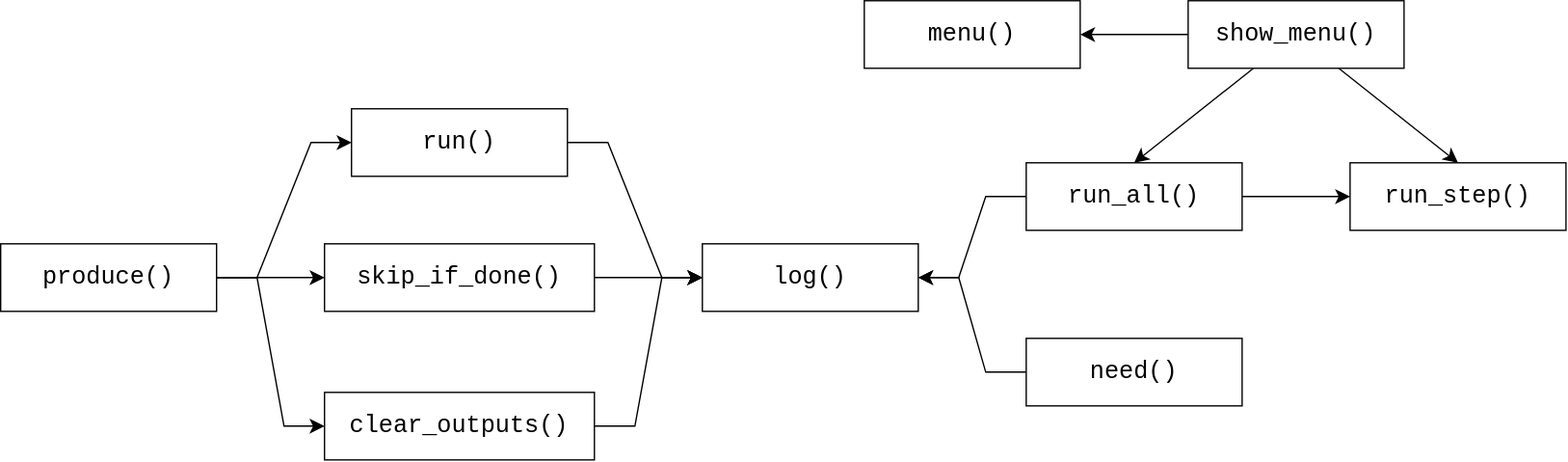
The draw.io diagram img/function_dependencies.svg in nguyuling/16S-Analysis, before a commit. Source tidied: cells renumbered, new cells last; positions are measured from the earlier drawing's top-left corner, leaving out a move shared by most shapes. Its diagram source:
```xml
<mxGraphModel>
  <root>
    <mxCell id="0" />
    <mxCell id="1" parent="0" />
    <mxCell id="2" value="&lt;font style=&quot;font-size: 18px;&quot; face=&quot;Courier New&quot;&gt;log()&lt;/font&gt;" style="rounded=0;whiteSpace=wrap;html=1;" parent="1" vertex="1">
      <mxGeometry x="520" y="180" width="160" height="50" as="geometry" />
    </mxCell>
    <mxCell id="3" style="edgeStyle=entityRelationEdgeStyle;rounded=0;jettySize=auto;html=1;entryX=0;entryY=0.5;entryDx=0;entryDy=0;fontSize=12;defaultLabelBackgroundColor=page;startSize=8;endSize=8;" parent="1" edge="1" source="4" target="2">
      <mxGeometry relative="1" as="geometry" />
    </mxCell>
    <mxCell id="4" value="&lt;font style=&quot;font-size: 18px;&quot; face=&quot;Courier New&quot;&gt;run()&lt;/font&gt;" style="rounded=0;whiteSpace=wrap;html=1;" parent="1" vertex="1">
      <mxGeometry x="260" y="80" width="160" height="50" as="geometry" />
    </mxCell>
    <mxCell id="5" style="edgeStyle=entityRelationEdgeStyle;rounded=0;jettySize=auto;html=1;entryX=1;entryY=0.5;entryDx=0;entryDy=0;fontSize=12;defaultLabelBackgroundColor=page;startSize=8;endSize=8;" parent="1" edge="1" source="6" target="2">
      <mxGeometry relative="1" as="geometry" />
    </mxCell>
    <mxCell id="6" value="&lt;font style=&quot;font-size: 18px;&quot; face=&quot;Courier New&quot;&gt;need()&lt;/font&gt;" style="rounded=0;whiteSpace=wrap;html=1;" parent="1" vertex="1">
      <mxGeometry x="760" y="250" width="160" height="50" as="geometry" />
    </mxCell>
    <mxCell id="7" value="&lt;font style=&quot;font-size: 18px;&quot; face=&quot;Courier New&quot;&gt;run_step()&lt;/font&gt;" style="rounded=0;whiteSpace=wrap;html=1;" parent="1" vertex="1">
      <mxGeometry x="1000" y="120" width="160" height="50" as="geometry" />
    </mxCell>
    <mxCell id="8" style="edgeStyle=entityRelationEdgeStyle;rounded=0;jettySize=auto;html=1;entryX=0;entryY=0.5;entryDx=0;entryDy=0;fontSize=12;defaultLabelBackgroundColor=page;startSize=8;endSize=8;" parent="1" edge="1" source="9" target="2">
      <mxGeometry relative="1" as="geometry" />
    </mxCell>
    <mxCell id="9" value="&lt;font style=&quot;font-size: 18px;&quot; face=&quot;Courier New&quot;&gt;clear_outputs()&lt;/font&gt;" style="rounded=0;whiteSpace=wrap;html=1;" parent="1" vertex="1">
      <mxGeometry x="240" y="290" width="200" height="50" as="geometry" />
    </mxCell>
    <mxCell id="10" style="edgeStyle=entityRelationEdgeStyle;rounded=0;jettySize=auto;html=1;entryX=0;entryY=0.5;entryDx=0;entryDy=0;fontSize=12;defaultLabelBackgroundColor=page;startSize=8;endSize=8;" parent="1" edge="1" source="11" target="2">
      <mxGeometry relative="1" as="geometry" />
    </mxCell>
    <mxCell id="11" value="&lt;font style=&quot;font-size: 18px;&quot; face=&quot;Courier New&quot;&gt;skip_if_done()&lt;/font&gt;" style="rounded=0;whiteSpace=wrap;html=1;" parent="1" vertex="1">
      <mxGeometry x="240" y="180" width="200" height="50" as="geometry" />
    </mxCell>
    <mxCell id="12" style="edgeStyle=none;curved=1;rounded=0;curveGeometry=1;jettySize=auto;html=1;entryX=1;entryY=0.5;entryDx=0;entryDy=0;fontSize=12;defaultLabelBackgroundColor=page;startSize=8;endSize=8;" parent="1" edge="1" source="15" target="16">
      <mxGeometry relative="1" as="geometry" />
    </mxCell>
    <mxCell id="13" style="edgeStyle=none;curved=1;rounded=0;curveGeometry=1;jettySize=auto;html=1;entryX=0.5;entryY=0;entryDx=0;entryDy=0;fontSize=12;defaultLabelBackgroundColor=page;startSize=8;endSize=8;" parent="1" edge="1" source="15" target="19">
      <mxGeometry relative="1" as="geometry" />
    </mxCell>
    <mxCell id="14" style="edgeStyle=none;curved=1;rounded=0;curveGeometry=1;jettySize=auto;html=1;entryX=0.5;entryY=0;entryDx=0;entryDy=0;fontSize=12;defaultLabelBackgroundColor=page;startSize=8;endSize=8;" parent="1" edge="1" source="15" target="7">
      <mxGeometry relative="1" as="geometry" />
    </mxCell>
    <mxCell id="15" value="&lt;font style=&quot;font-size: 18px;&quot; face=&quot;Courier New&quot;&gt;show_menu()&lt;/font&gt;" style="rounded=0;whiteSpace=wrap;html=1;" parent="1" vertex="1">
      <mxGeometry x="880" width="160" height="50" as="geometry" />
    </mxCell>
    <mxCell id="16" value="&lt;font style=&quot;font-size: 18px;&quot; face=&quot;Courier New&quot;&gt;menu()&lt;/font&gt;" style="rounded=0;whiteSpace=wrap;html=1;" parent="1" vertex="1">
      <mxGeometry x="640" width="160" height="50" as="geometry" />
    </mxCell>
    <mxCell id="17" style="edgeStyle=entityRelationEdgeStyle;rounded=0;jettySize=auto;html=1;entryX=1;entryY=0.5;entryDx=0;entryDy=0;fontSize=12;defaultLabelBackgroundColor=page;startSize=8;endSize=8;" parent="1" edge="1" source="19" target="2">
      <mxGeometry relative="1" as="geometry" />
    </mxCell>
    <mxCell id="18" style="edgeStyle=none;curved=1;rounded=0;curveGeometry=1;jettySize=auto;html=1;entryX=0;entryY=0.5;entryDx=0;entryDy=0;fontSize=12;defaultLabelBackgroundColor=page;startSize=8;endSize=8;" parent="1" edge="1" source="19" target="7">
      <mxGeometry relative="1" as="geometry" />
    </mxCell>
    <mxCell id="19" value="&lt;font style=&quot;font-size: 18px;&quot; face=&quot;Courier New&quot;&gt;run_all()&lt;/font&gt;" style="rounded=0;whiteSpace=wrap;html=1;" parent="1" vertex="1">
      <mxGeometry x="760" y="120" width="160" height="50" as="geometry" />
    </mxCell>
    <mxCell id="20" style="edgeStyle=entityRelationEdgeStyle;rounded=0;jettySize=auto;html=1;entryX=0;entryY=0.5;entryDx=0;entryDy=0;fontSize=12;defaultLabelBackgroundColor=page;startSize=8;endSize=8;" parent="1" edge="1" source="23" target="4">
      <mxGeometry relative="1" as="geometry" />
    </mxCell>
    <mxCell id="21" style="edgeStyle=entityRelationEdgeStyle;rounded=0;jettySize=auto;html=1;entryX=0;entryY=0.5;entryDx=0;entryDy=0;fontSize=12;defaultLabelBackgroundColor=page;startSize=8;endSize=8;" parent="1" edge="1" source="23" target="9">
      <mxGeometry relative="1" as="geometry" />
    </mxCell>
    <mxCell id="22" style="edgeStyle=none;curved=1;rounded=0;curveGeometry=1;jettySize=auto;html=1;entryX=0;entryY=0.5;entryDx=0;entryDy=0;fontSize=12;defaultLabelBackgroundColor=page;startSize=8;endSize=8;" parent="1" edge="1" source="23" target="11">
      <mxGeometry relative="1" as="geometry" />
    </mxCell>
    <mxCell id="23" value="&lt;font style=&quot;font-size: 18px;&quot; face=&quot;Courier New&quot;&gt;produce()&lt;/font&gt;" style="rounded=0;whiteSpace=wrap;html=1;" parent="1" vertex="1">
      <mxGeometry y="180" width="160" height="50" as="geometry" />
    </mxCell>
  </root>
</mxGraphModel>
```
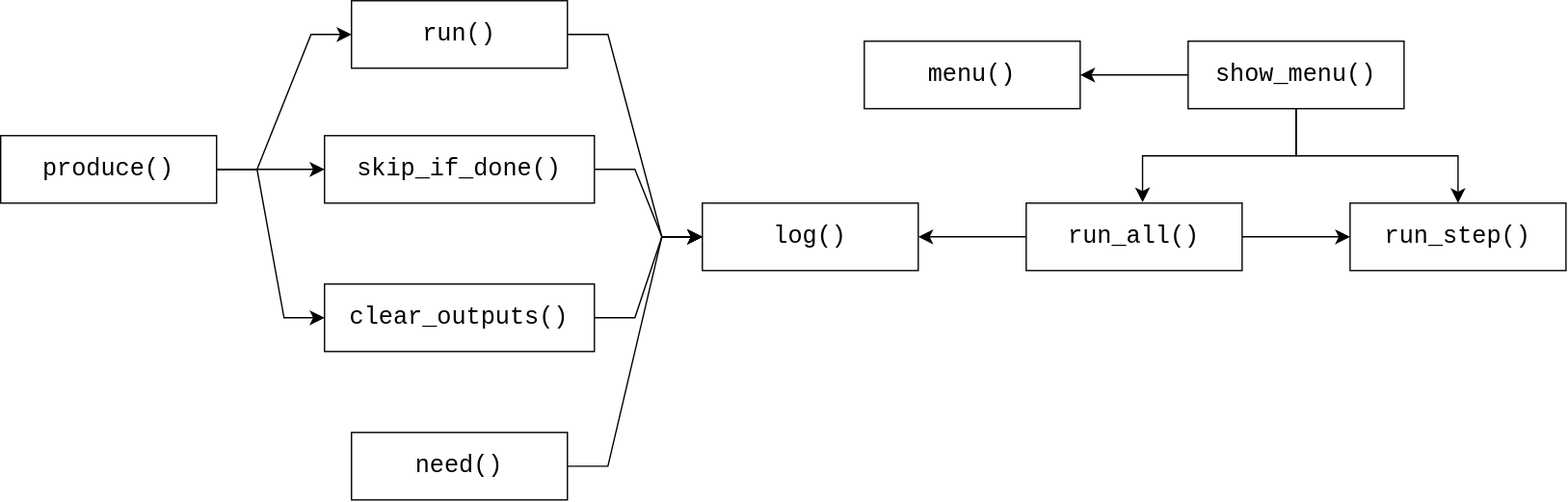
The same file after the commit.

Diff of the diagram source:
```diff
@@ -9,52 +9,52 @@
       <mxGeometry relative="1" as="geometry" />
     </mxCell>
     <mxCell id="4" value="&lt;font style=&quot;font-size: 18px;&quot; face=&quot;Courier New&quot;&gt;run()&lt;/font&gt;" style="rounded=0;whiteSpace=wrap;html=1;" parent="1" vertex="1">
-      <mxGeometry x="260" y="80" width="160" height="50" as="geometry" />
+      <mxGeometry x="260" y="30" width="160" height="50" as="geometry" />
     </mxCell>
-    <mxCell id="5" style="edgeStyle=entityRelationEdgeStyle;rounded=0;jettySize=auto;html=1;entryX=1;entryY=0.5;entryDx=0;entryDy=0;fontSize=12;defaultLabelBackgroundColor=page;startSize=8;endSize=8;" parent="1" edge="1" source="6" target="2">
+    <mxCell id="5" style="edgeStyle=entityRelationEdgeStyle;rounded=0;jettySize=auto;html=1;entryX=0;entryY=0.5;entryDx=0;entryDy=0;fontSize=12;defaultLabelBackgroundColor=page;startSize=8;endSize=8;" parent="1" edge="1" source="6" target="2">
       <mxGeometry relative="1" as="geometry" />
     </mxCell>
     <mxCell id="6" value="&lt;font style=&quot;font-size: 18px;&quot; face=&quot;Courier New&quot;&gt;need()&lt;/font&gt;" style="rounded=0;whiteSpace=wrap;html=1;" parent="1" vertex="1">
-      <mxGeometry x="760" y="250" width="160" height="50" as="geometry" />
+      <mxGeometry x="260" y="350" width="160" height="50" as="geometry" />
     </mxCell>
     <mxCell id="7" value="&lt;font style=&quot;font-size: 18px;&quot; face=&quot;Courier New&quot;&gt;run_step()&lt;/font&gt;" style="rounded=0;whiteSpace=wrap;html=1;" parent="1" vertex="1">
-      <mxGeometry x="1000" y="120" width="160" height="50" as="geometry" />
+      <mxGeometry x="1000" y="180" width="160" height="50" as="geometry" />
     </mxCell>
     <mxCell id="8" style="edgeStyle=entityRelationEdgeStyle;rounded=0;jettySize=auto;html=1;entryX=0;entryY=0.5;entryDx=0;entryDy=0;fontSize=12;defaultLabelBackgroundColor=page;startSize=8;endSize=8;" parent="1" edge="1" source="9" target="2">
       <mxGeometry relative="1" as="geometry" />
     </mxCell>
     <mxCell id="9" value="&lt;font style=&quot;font-size: 18px;&quot; face=&quot;Courier New&quot;&gt;clear_outputs()&lt;/font&gt;" style="rounded=0;whiteSpace=wrap;html=1;" parent="1" vertex="1">
-      <mxGeometry x="240" y="290" width="200" height="50" as="geometry" />
+      <mxGeometry x="240" y="240" width="200" height="50" as="geometry" />
     </mxCell>
     <mxCell id="10" style="edgeStyle=entityRelationEdgeStyle;rounded=0;jettySize=auto;html=1;entryX=0;entryY=0.5;entryDx=0;entryDy=0;fontSize=12;defaultLabelBackgroundColor=page;startSize=8;endSize=8;" parent="1" edge="1" source="11" target="2">
       <mxGeometry relative="1" as="geometry" />
     </mxCell>
     <mxCell id="11" value="&lt;font style=&quot;font-size: 18px;&quot; face=&quot;Courier New&quot;&gt;skip_if_done()&lt;/font&gt;" style="rounded=0;whiteSpace=wrap;html=1;" parent="1" vertex="1">
-      <mxGeometry x="240" y="180" width="200" height="50" as="geometry" />
+      <mxGeometry x="240" y="130" width="200" height="50" as="geometry" />
     </mxCell>
     <mxCell id="12" style="edgeStyle=none;curved=1;rounded=0;curveGeometry=1;jettySize=auto;html=1;entryX=1;entryY=0.5;entryDx=0;entryDy=0;fontSize=12;defaultLabelBackgroundColor=page;startSize=8;endSize=8;" parent="1" edge="1" source="15" target="16">
       <mxGeometry relative="1" as="geometry" />
     </mxCell>
-    <mxCell id="13" style="edgeStyle=none;curved=1;rounded=0;curveGeometry=1;jettySize=auto;html=1;entryX=0.5;entryY=0;entryDx=0;entryDy=0;fontSize=12;defaultLabelBackgroundColor=page;startSize=8;endSize=8;" parent="1" edge="1" source="15" target="19">
+    <mxCell id="13" style="edgeStyle=orthogonalEdgeStyle;rounded=0;jettySize=auto;html=1;entryX=0.539;entryY=-0.01;entryDx=0;entryDy=0;fontSize=12;defaultLabelBackgroundColor=page;startSize=8;endSize=8;exitX=0.5;exitY=1;exitDx=0;exitDy=0;entryPerimeter=0;" parent="1" edge="1" source="15" target="19">
       <mxGeometry relative="1" as="geometry" />
     </mxCell>
-    <mxCell id="14" style="edgeStyle=none;curved=1;rounded=0;curveGeometry=1;jettySize=auto;html=1;entryX=0.5;entryY=0;entryDx=0;entryDy=0;fontSize=12;defaultLabelBackgroundColor=page;startSize=8;endSize=8;" parent="1" edge="1" source="15" target="7">
+    <mxCell id="14" style="edgeStyle=orthogonalEdgeStyle;rounded=0;jettySize=auto;html=1;entryX=0.5;entryY=0;entryDx=0;entryDy=0;fontSize=12;defaultLabelBackgroundColor=page;startSize=8;endSize=8;exitX=0.5;exitY=1;exitDx=0;exitDy=0;" parent="1" edge="1" source="15" target="7">
       <mxGeometry relative="1" as="geometry" />
     </mxCell>
     <mxCell id="15" value="&lt;font style=&quot;font-size: 18px;&quot; face=&quot;Courier New&quot;&gt;show_menu()&lt;/font&gt;" style="rounded=0;whiteSpace=wrap;html=1;" parent="1" vertex="1">
-      <mxGeometry x="880" width="160" height="50" as="geometry" />
+      <mxGeometry x="880" y="60" width="160" height="50" as="geometry" />
     </mxCell>
     <mxCell id="16" value="&lt;font style=&quot;font-size: 18px;&quot; face=&quot;Courier New&quot;&gt;menu()&lt;/font&gt;" style="rounded=0;whiteSpace=wrap;html=1;" parent="1" vertex="1">
-      <mxGeometry x="640" width="160" height="50" as="geometry" />
+      <mxGeometry x="640" y="60" width="160" height="50" as="geometry" />
     </mxCell>
-    <mxCell id="17" style="edgeStyle=entityRelationEdgeStyle;rounded=0;jettySize=auto;html=1;entryX=1;entryY=0.5;entryDx=0;entryDy=0;fontSize=12;defaultLabelBackgroundColor=page;startSize=8;endSize=8;" parent="1" edge="1" source="19" target="2">
+    <mxCell id="17" style="edgeStyle=entityRelationEdgeStyle;rounded=0;jettySize=auto;html=1;entryX=1;entryY=0.5;entryDx=0;entryDy=0;fontSize=12;defaultLabelBackgroundColor=page;startSize=8;endSize=8;exitX=0;exitY=0.5;exitDx=0;exitDy=0;" parent="1" edge="1" source="19" target="2">
       <mxGeometry relative="1" as="geometry" />
     </mxCell>
     <mxCell id="18" style="edgeStyle=none;curved=1;rounded=0;curveGeometry=1;jettySize=auto;html=1;entryX=0;entryY=0.5;entryDx=0;entryDy=0;fontSize=12;defaultLabelBackgroundColor=page;startSize=8;endSize=8;" parent="1" edge="1" source="19" target="7">
       <mxGeometry relative="1" as="geometry" />
     </mxCell>
     <mxCell id="19" value="&lt;font style=&quot;font-size: 18px;&quot; face=&quot;Courier New&quot;&gt;run_all()&lt;/font&gt;" style="rounded=0;whiteSpace=wrap;html=1;" parent="1" vertex="1">
-      <mxGeometry x="760" y="120" width="160" height="50" as="geometry" />
+      <mxGeometry x="760" y="180" width="160" height="50" as="geometry" />
     </mxCell>
     <mxCell id="20" style="edgeStyle=entityRelationEdgeStyle;rounded=0;jettySize=auto;html=1;entryX=0;entryY=0.5;entryDx=0;entryDy=0;fontSize=12;defaultLabelBackgroundColor=page;startSize=8;endSize=8;" parent="1" edge="1" source="23" target="4">
       <mxGeometry relative="1" as="geometry" />
@@ -62,11 +62,11 @@
     <mxCell id="21" style="edgeStyle=entityRelationEdgeStyle;rounded=0;jettySize=auto;html=1;entryX=0;entryY=0.5;entryDx=0;entryDy=0;fontSize=12;defaultLabelBackgroundColor=page;startSize=8;endSize=8;" parent="1" edge="1" source="23" target="9">
       <mxGeometry relative="1" as="geometry" />
     </mxCell>
-    <mxCell id="22" style="edgeStyle=none;curved=1;rounded=0;curveGeometry=1;jettySize=auto;html=1;entryX=0;entryY=0.5;entryDx=0;entryDy=0;fontSize=12;defaultLabelBackgroundColor=page;startSize=8;endSize=8;" parent="1" edge="1" source="23" target="11">
+    <mxCell id="22" style="edgeStyle=entityRelationEdgeStyle;rounded=0;jettySize=auto;html=1;entryX=0;entryY=0.5;entryDx=0;entryDy=0;fontSize=12;defaultLabelBackgroundColor=page;startSize=8;endSize=8;" parent="1" edge="1" source="23" target="11">
       <mxGeometry relative="1" as="geometry" />
     </mxCell>
     <mxCell id="23" value="&lt;font style=&quot;font-size: 18px;&quot; face=&quot;Courier New&quot;&gt;produce()&lt;/font&gt;" style="rounded=0;whiteSpace=wrap;html=1;" parent="1" vertex="1">
-      <mxGeometry y="180" width="160" height="50" as="geometry" />
+      <mxGeometry y="130" width="160" height="50" as="geometry" />
     </mxCell>
   </root>
 </mxGraphModel>
```
